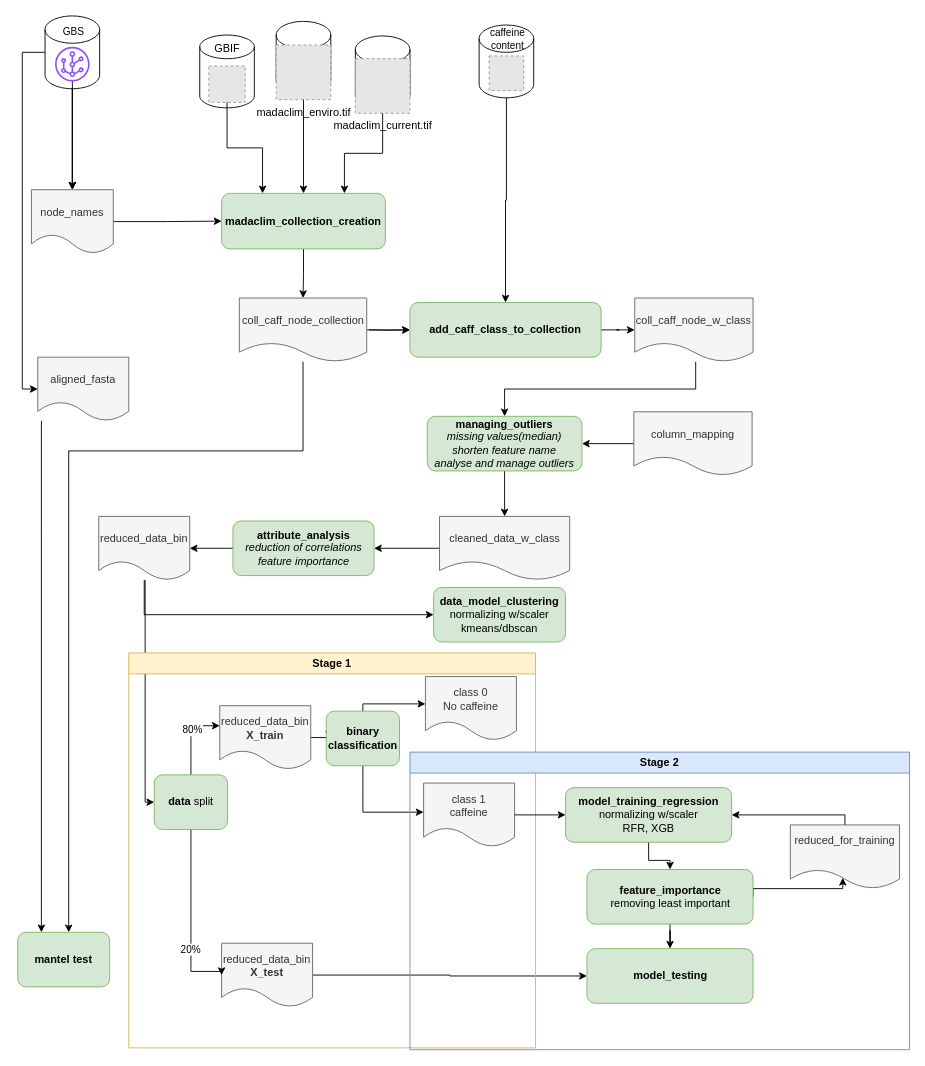
tahiri-lab/py_madaclim keeps this draw.io diagram as page "scripts" (3 of 4) of img/pipeline.drawio. Above is the earlier version. Source tidied: cells renumbered, new cells numbered last; positions are measured from the earlier drawing's top-left corner, leaving out a move shared by most shapes. Both pictures are drawn from the tidied source at 91%, with x=0, y=0 at pixel (17, 15). Pictures stored in the file or linked from it are replaced by grey dashed boxes.
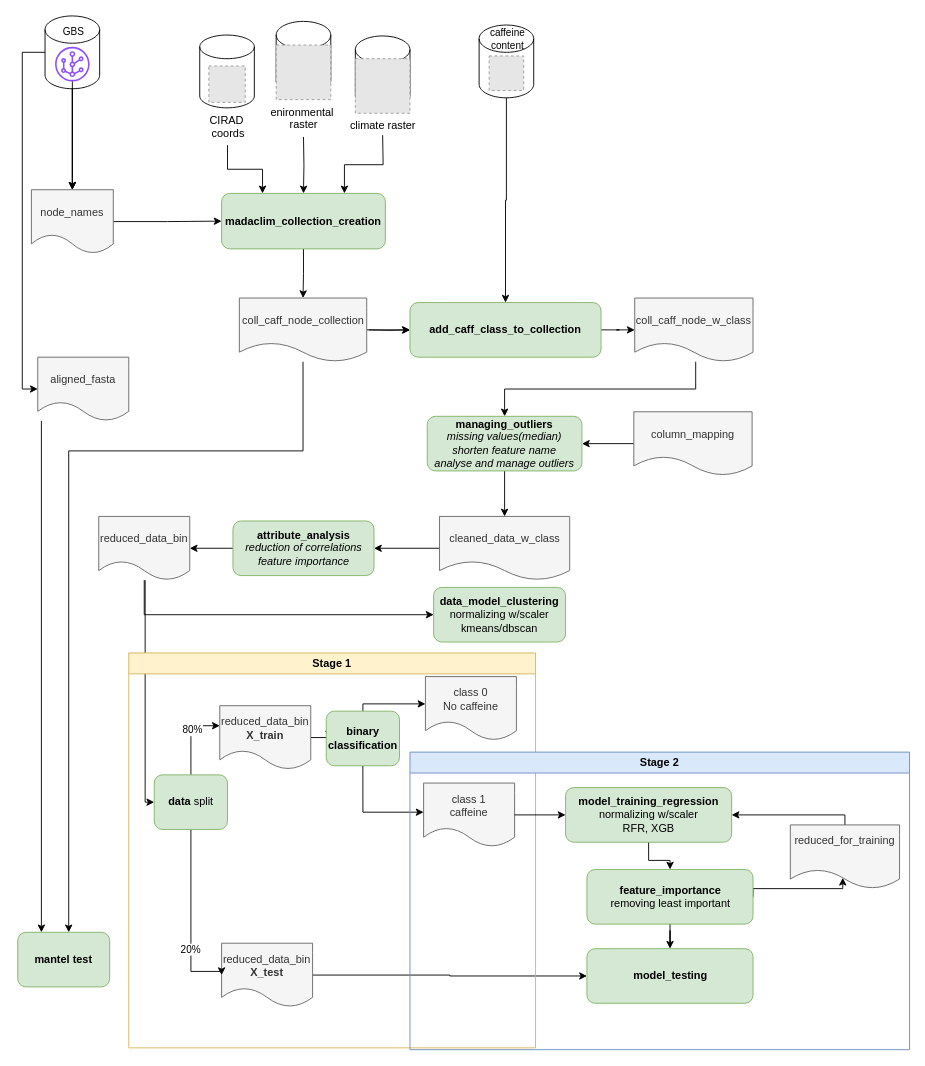
The same diagram, later.

The change refers to these unchanged cells:
```xml
<mxCell id="8" value="madaclim_collection_creation" style="rounded=1;whiteSpace=wrap;html=1;fontStyle=1;fillColor=#d5e8d4;strokeColor=#82b366;" parent="1" vertex="1">
  <mxGeometry x="224" y="195" width="180" height="61" as="geometry" />
</mxCell>
<mxCell id="20" style="group;" parent="1" vertex="1">
  <mxGeometry x="371" y="22" width="60" height="80" as="geometry" />
</mxCell>
<mxCell id="23" style="group;" parent="1" vertex="1">
  <mxGeometry x="284" y="6" width="60" height="80" as="geometry" />
</mxCell>
<mxCell id="26" style="group;" parent="1" vertex="1">
  <mxGeometry x="200" y="21" width="60" height="80" as="geometry" />
</mxCell>
<mxCell id="28" value="&lt;div&gt;&lt;br&gt;&lt;/div&gt;" style="fillColor=#E6E6E6;strokeColor=#999999;dashed=1;html=1;verticalAlign=top;verticalLabelPosition=bottom;labelBackgroundColor=#ffffff;" parent="26" vertex="1">
  <mxGeometry x="10" y="34" width="40" height="40" as="geometry" />
</mxCell>
```

Change to the diagram source:
```diff
@@
-    <mxCell id="22" value="madaclim_current.tif" style="fillColor=#E6E6E6;strokeColor=#999999;dashed=1;html=1;verticalAlign=top;verticalLabelPosition=bottom;labelBackgroundColor=#ffffff;" parent="20" vertex="1">
+    <mxCell id="22" value="climate raster" style="fillColor=#E6E6E6;strokeColor=#999999;dashed=1;html=1;verticalAlign=top;verticalLabelPosition=bottom;labelBackgroundColor=#ffffff;" parent="20" vertex="1">
       <mxGeometry y="25" width="60" height="60" as="geometry" />
     </mxCell>
@@
-    <mxCell id="25" value="madaclim_enviro.tif" style="fillColor=#E6E6E6;strokeColor=#999999;dashed=1;html=1;verticalAlign=top;verticalLabelPosition=bottom;labelBackgroundColor=#ffffff;" parent="23" vertex="1">
+    <mxCell id="25" value="enironmental&amp;nbsp;&lt;div&gt;raster&lt;/div&gt;" style="fillColor=#E6E6E6;strokeColor=#999999;dashed=1;html=1;verticalAlign=top;verticalLabelPosition=bottom;labelBackgroundColor=#ffffff;" parent="23" vertex="1">
       <mxGeometry y="26" width="60" height="60" as="geometry" />
     </mxCell>
@@
-    <mxCell id="29" value="GBIF" style="text;html=1;align=center;verticalAlign=middle;points=[];strokeColor=none;fillColor=none;" parent="26" vertex="1">
-      <mxGeometry x="5" width="50" height="30" as="geometry" />
-    </mxCell>
@@
-    <mxCell id="34" style="edgeStyle=orthogonalEdgeStyle;rounded=0;jettySize=auto;html=1;entryX=0.25;entryY=0;entryDx=0;entryDy=0;" parent="1" edge="1" source="28" target="8">
+    <mxCell id="34" style="edgeStyle=orthogonalEdgeStyle;rounded=0;jettySize=auto;html=1;entryX=0.25;entryY=0;entryDx=0;entryDy=0;" parent="1" edge="1" source="29" target="8">
       <mxGeometry relative="1" as="geometry" />
     </mxCell>
-    <mxCell id="35" style="edgeStyle=orthogonalEdgeStyle;rounded=0;jettySize=auto;html=1;" parent="1" edge="1" source="25" target="8">
-      <mxGeometry relative="1" as="geometry" />
+    <mxCell id="35" style="edgeStyle=orthogonalEdgeStyle;rounded=0;jettySize=auto;html=1;" parent="1" edge="1" target="8">
+      <mxGeometry relative="1" as="geometry">
+        <mxPoint x="314" y="133" as="sourcePoint" />
+      </mxGeometry>
     </mxCell>
-    <mxCell id="36" style="edgeStyle=orthogonalEdgeStyle;rounded=0;jettySize=auto;html=1;entryX=0.75;entryY=0;entryDx=0;entryDy=0;" parent="1" edge="1" source="22" target="8">
-      <mxGeometry relative="1" as="geometry" />
+    <mxCell id="36" style="edgeStyle=orthogonalEdgeStyle;rounded=0;jettySize=auto;html=1;entryX=0.75;entryY=0;entryDx=0;entryDy=0;" parent="1" edge="1" target="8">
+      <mxGeometry relative="1" as="geometry">
+        <mxPoint x="401" y="131" as="sourcePoint" />
+      </mxGeometry>
     </mxCell>
@@
+    <mxCell id="29" value="CIRAD&amp;nbsp;&lt;div&gt;coords&lt;/div&gt;" style="text;html=1;align=center;verticalAlign=middle;points=[];strokeColor=none;fillColor=none;" parent="1" vertex="1">
+      <mxGeometry x="201" y="101" width="59" height="41" as="geometry" />
+    </mxCell>
```
